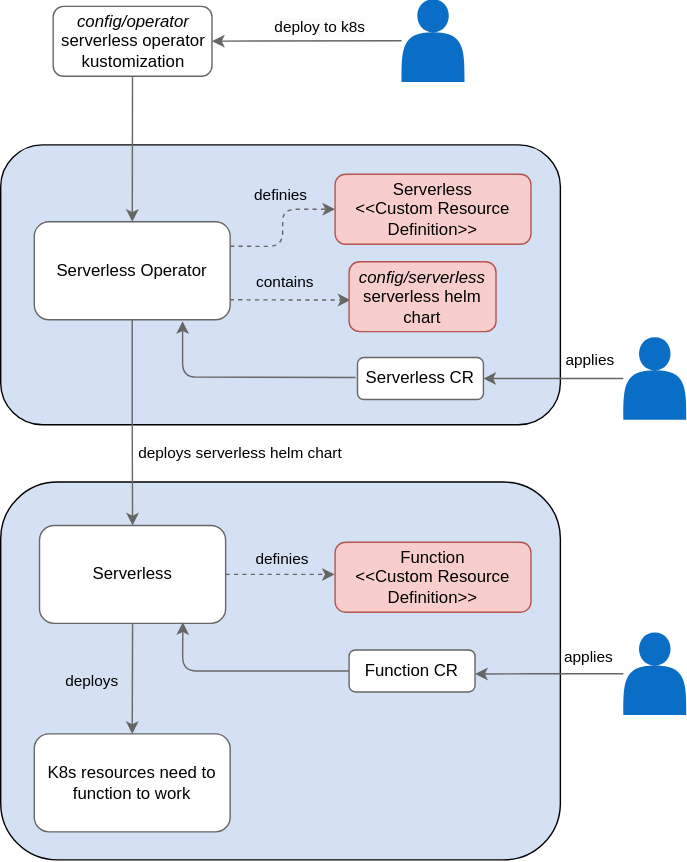
The draw.io diagram architecture.svg in kyma-project/serverless, before a commit. Source tidied: cells renumbered, new cells last; positions are measured from the earlier drawing's top-left corner, leaving out a move shared by most shapes. Source of this version:
```xml
<mxGraphModel>
  <root>
    <mxCell id="0" />
    <mxCell id="1" parent="0" />
    <mxCell id="2" style="rounded=1;whiteSpace=wrap;html=1;fillColor=#D4E1F5;" parent="1" vertex="1">
      <mxGeometry y="104" width="400" height="200" as="geometry" />
    </mxCell>
    <mxCell id="3" style="rounded=1;whiteSpace=wrap;html=1;fillColor=#D4E1F5;" parent="1" vertex="1">
      <mxGeometry y="345" width="400" height="270" as="geometry" />
    </mxCell>
    <mxCell id="4" style="endArrow=classic;html=1;entryPerimeter=0;strokeColor=#666666;strokeWidth=1;" parent="1" edge="1" source="5" target="12">
      <mxGeometry relative="1" as="geometry" />
    </mxCell>
    <mxCell id="5" value="&lt;i&gt;config/operator&lt;/i&gt;&lt;div&gt;serverless operator kustomization&lt;/div&gt;" style="rounded=1;whiteSpace=wrap;html=1;strokeColor=#666666;" parent="1" vertex="1">
      <mxGeometry x="37.5" y="5" width="113.5" height="50" as="geometry" />
    </mxCell>
    <mxCell id="6" style="edgeStyle=orthogonalEdgeStyle;rounded=0;jettySize=auto;html=1;exitX=0.5;exitY=1;exitDx=0;exitDy=0;entryX=0.5;entryY=0;entryDx=0;entryDy=0;endArrow=classic;html=1;entryPerimeter=0;strokeColor=#666666;strokeWidth=1;" parent="1" edge="1" source="12" target="18">
      <mxGeometry relative="1" as="geometry" />
    </mxCell>
    <mxCell id="7" value="deploys serverless helm chart" style="edgeLabel;html=1;align=center;verticalAlign=middle;" parent="6" vertex="1">
      <mxGeometry x="0.18" y="2" relative="1" as="geometry">
        <mxPoint x="74" y="8" as="offset" />
      </mxGeometry>
    </mxCell>
    <mxCell id="8" style="endArrow=classic;html=1;strokeWidth=1;fontFamily=Helvetica;fontSize=15;fontColor=#000000;exitX=0.998;exitY=0.796;exitDx=0;exitDy=0;dashed=1;exitPerimeter=0;entryX=0.009;entryY=0.549;entryDx=0;entryDy=0;entryPerimeter=0;strokeColor=#666666;" parent="1" edge="1" source="12" target="19">
      <mxGeometry relative="1" as="geometry" />
    </mxCell>
    <mxCell id="9" value="contains" style="edgeLabel;html=1;align=center;verticalAlign=middle;labelBackgroundColor=none;" parent="8" vertex="1">
      <mxGeometry x="0.03" y="-1" relative="1" as="geometry">
        <mxPoint x="-6" y="-14" as="offset" />
      </mxGeometry>
    </mxCell>
    <mxCell id="10" style="edgeStyle=orthogonalEdgeStyle;rounded=1;jettySize=auto;html=1;exitX=1;exitY=0.25;exitDx=0;exitDy=0;entryX=0;entryY=0.5;entryDx=0;entryDy=0;curved=0;dashed=1;strokeColor=#666666;" parent="1" edge="1" source="12" target="13">
      <mxGeometry relative="1" as="geometry" />
    </mxCell>
    <mxCell id="11" value="definies" style="edgeLabel;html=1;align=center;verticalAlign=middle;labelBackgroundColor=none;" parent="10" vertex="1">
      <mxGeometry x="0.31" y="-1" relative="1" as="geometry">
        <mxPoint x="-4" y="-11" as="offset" />
      </mxGeometry>
    </mxCell>
    <mxCell id="12" value="Serverless Operator" style="rounded=1;whiteSpace=wrap;html=1;strokeColor=#666666;" parent="1" vertex="1">
      <mxGeometry x="24" y="159" width="140" height="70" as="geometry" />
    </mxCell>
    <mxCell id="13" value="Serverless&lt;br&gt;&amp;lt;&amp;lt;Custom Resource Definition&amp;gt;&amp;gt;" style="rounded=1;whiteSpace=wrap;html=1;fillColor=#f8cecc;strokeColor=#b85450;" parent="1" vertex="1">
      <mxGeometry x="239" y="125" width="140" height="50" as="geometry" />
    </mxCell>
    <mxCell id="14" style="endArrow=classic;html=1;strokeWidth=1;fontFamily=Helvetica;fontSize=15;fontColor=#000000;exitX=1;exitY=0.5;exitDx=0;exitDy=0;dashed=1;entryX=-0.002;entryY=0.46;entryDx=0;entryDy=0;entryPerimeter=0;strokeColor=#666666;labelBackgroundColor=none;" parent="1" edge="1" source="18" target="20">
      <mxGeometry x="0.01" y="11" relative="1" as="geometry" />
    </mxCell>
    <mxCell id="15" value="definies" style="edgeLabel;html=1;align=center;verticalAlign=middle;labelBackgroundColor=none;" parent="14" vertex="1">
      <mxGeometry x="-0.06" y="1" relative="1" as="geometry">
        <mxPoint x="3" y="-10" as="offset" />
      </mxGeometry>
    </mxCell>
    <mxCell id="16" style="endArrow=classic;html=1;exitX=0.5;exitY=1;exitDx=0;exitDy=0;entryX=0.5;entryY=0;entryDx=0;entryDy=0;strokeColor=#666666;strokeWidth=1;" parent="1" edge="1" source="18" target="21">
      <mxGeometry relative="1" as="geometry" />
    </mxCell>
    <mxCell id="17" value="deploys" style="edgeLabel;html=1;align=center;verticalAlign=middle;labelBackgroundColor=none;" parent="16" vertex="1">
      <mxGeometry x="0.02" y="1" relative="1" as="geometry">
        <mxPoint x="-30" as="offset" />
      </mxGeometry>
    </mxCell>
    <mxCell id="18" value="&lt;div&gt;Serverless&lt;/div&gt;" style="rounded=1;whiteSpace=wrap;html=1;strokeColor=#666666;" parent="1" vertex="1">
      <mxGeometry x="27.8" y="376" width="133" height="70" as="geometry" />
    </mxCell>
    <mxCell id="19" value="&lt;i&gt;config/serverless&lt;/i&gt;&lt;div&gt;serverless helm chart&lt;/div&gt;" style="rounded=1;whiteSpace=wrap;html=1;fillColor=#f8cecc;strokeColor=#b85450;" parent="1" vertex="1">
      <mxGeometry x="249" y="187.5" width="105" height="50" as="geometry" />
    </mxCell>
    <mxCell id="20" value="Function&lt;br&gt;&amp;lt;&amp;lt;Custom Resource Definition&amp;gt;&amp;gt;" style="rounded=1;whiteSpace=wrap;html=1;fillColor=#f8cecc;strokeColor=#b85450;" parent="1" vertex="1">
      <mxGeometry x="239" y="388" width="140" height="50" as="geometry" />
    </mxCell>
    <mxCell id="21" value="&lt;div&gt;K8s resources need to function to work&lt;/div&gt;" style="rounded=1;whiteSpace=wrap;html=1;strokeColor=#666666;" parent="1" vertex="1">
      <mxGeometry x="24" y="525" width="140" height="70" as="geometry" />
    </mxCell>
    <mxCell id="22" style="endArrow=classic;html=1;strokeColor=#666666;strokeWidth=1;exitX=-0.015;exitY=0.475;exitDx=0;exitDy=0;exitPerimeter=0;" parent="1" edge="1" source="23">
      <mxGeometry relative="1" as="geometry">
        <mxPoint x="130" y="230" as="targetPoint" />
        <Array as="points">
          <mxPoint x="130" y="270" />
        </Array>
      </mxGeometry>
    </mxCell>
    <mxCell id="23" value="Serverless CR" style="rounded=1;whiteSpace=wrap;html=1;strokeColor=#666666;" parent="1" vertex="1">
      <mxGeometry x="255" y="256" width="90" height="30" as="geometry" />
    </mxCell>
    <mxCell id="24" style="endArrow=classic;html=1;exitX=0;exitY=0.5;exitDx=0;exitDy=0;entryX=0.77;entryY=0.988;entryDx=0;entryDy=0;strokeColor=#666666;strokeWidth=1;entryPerimeter=0;" parent="1" edge="1" source="25" target="18">
      <mxGeometry relative="1" as="geometry">
        <Array as="points">
          <mxPoint x="130" y="480" />
        </Array>
      </mxGeometry>
    </mxCell>
    <mxCell id="25" value="Function CR" style="rounded=1;whiteSpace=wrap;html=1;strokeColor=#666666;" parent="1" vertex="1">
      <mxGeometry x="249" y="465" width="90" height="30" as="geometry" />
    </mxCell>
    <mxCell id="26" style="edgeStyle=orthogonalEdgeStyle;rounded=1;jettySize=auto;html=1;entryX=1;entryY=0.5;entryDx=0;entryDy=0;strokeColor=#666666;curved=0;" parent="1" edge="1" source="28" target="23">
      <mxGeometry relative="1" as="geometry" />
    </mxCell>
    <mxCell id="27" value="applies" style="edgeLabel;html=1;align=center;verticalAlign=middle;labelBackgroundColor=none;" parent="26" vertex="1">
      <mxGeometry x="-0.07" y="1" relative="1" as="geometry">
        <mxPoint x="22" y="-14" as="offset" />
      </mxGeometry>
    </mxCell>
    <mxCell id="28" style="shape=actor;whiteSpace=wrap;html=1;strokeColor=none;strokeWidth=1;gradientColor=none;fontFamily=Helvetica;fontSize=12;fillColor=#0A6EC7;" parent="1" vertex="1">
      <mxGeometry x="445" y="241.5" width="45" height="59" as="geometry" />
    </mxCell>
    <mxCell id="29" style="shape=actor;whiteSpace=wrap;html=1;strokeColor=none;strokeWidth=1;gradientColor=none;fontFamily=Helvetica;fontSize=12;fillColor=#0A6EC7;" parent="1" vertex="1">
      <mxGeometry x="445" y="452.5" width="45" height="59" as="geometry" />
    </mxCell>
    <mxCell id="30" style="edgeStyle=orthogonalEdgeStyle;rounded=1;jettySize=auto;html=1;entryX=1.001;entryY=0.572;entryDx=0;entryDy=0;entryPerimeter=0;fontColor=#666666;labelBackgroundColor=default;strokeColor=#666666;curved=0;" parent="1" edge="1" source="29" target="25">
      <mxGeometry relative="1" as="geometry" />
    </mxCell>
    <mxCell id="31" value="applies" style="edgeLabel;html=1;align=center;verticalAlign=middle;labelBackgroundColor=none;" parent="30" vertex="1">
      <mxGeometry x="-0.19" y="-1" relative="1" as="geometry">
        <mxPoint x="18" y="-11" as="offset" />
      </mxGeometry>
    </mxCell>
    <mxCell id="32" style="endArrow=classic;html=1;entryPerimeter=0;strokeColor=#666666;strokeWidth=1;" parent="1" edge="1" source="34" target="5">
      <mxGeometry relative="1" as="geometry" />
    </mxCell>
    <mxCell id="33" value="&lt;span style=&quot;background-color: rgb(251, 251, 251);&quot;&gt;deploy to k8s&lt;/span&gt;" style="edgeLabel;html=1;align=center;verticalAlign=middle;" parent="32" vertex="1">
      <mxGeometry x="-0.13" relative="1" as="geometry">
        <mxPoint y="-10" as="offset" />
      </mxGeometry>
    </mxCell>
    <mxCell id="34" style="shape=actor;whiteSpace=wrap;html=1;strokeColor=none;strokeWidth=1;gradientColor=none;fontFamily=Helvetica;fontSize=12;fillColor=#0A6EC7;" parent="1" vertex="1">
      <mxGeometry x="286.5" width="45" height="59" as="geometry" />
    </mxCell>
  </root>
</mxGraphModel>
```
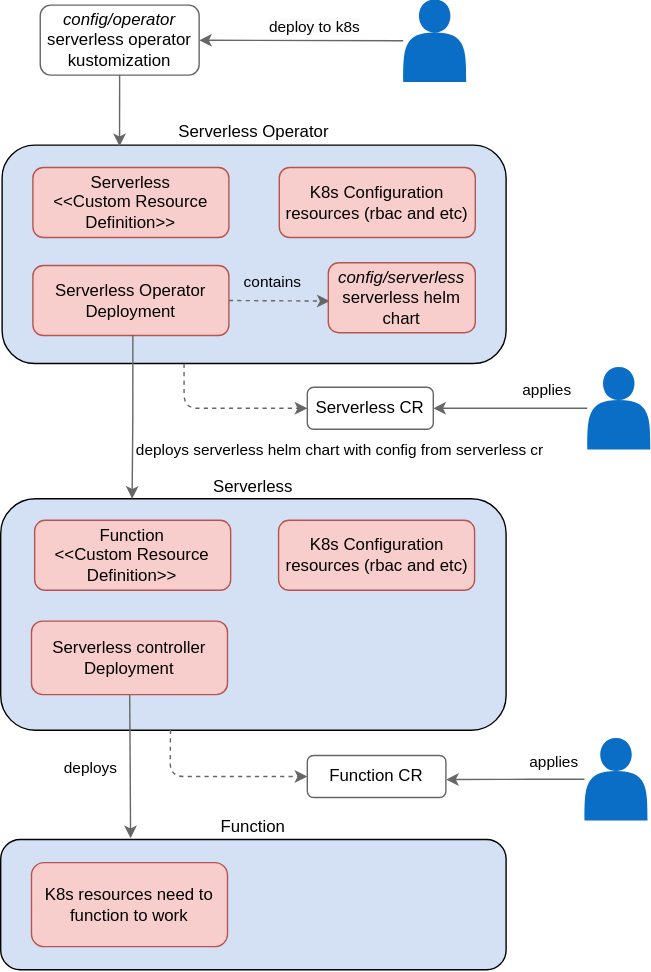
After the commit.

What changed in the source:
```diff
@@ -2,27 +2,19 @@
   <root>
     <mxCell id="0" />
     <mxCell id="1" parent="0" />
-    <mxCell id="2" style="rounded=1;whiteSpace=wrap;html=1;fillColor=#D4E1F5;" parent="1" vertex="1">
-      <mxGeometry y="104" width="400" height="200" as="geometry" />
+    <mxCell id="2" value="Serverless Operator" style="rounded=1;whiteSpace=wrap;html=1;fillColor=#D4E1F5;labelPosition=center;verticalLabelPosition=top;align=center;verticalAlign=bottom;" parent="1" vertex="1">
+      <mxGeometry y="104" width="360" height="156" as="geometry" />
     </mxCell>
-    <mxCell id="3" style="rounded=1;whiteSpace=wrap;html=1;fillColor=#D4E1F5;" parent="1" vertex="1">
-      <mxGeometry y="345" width="400" height="270" as="geometry" />
+    <mxCell id="3" value="Serverless" style="rounded=1;whiteSpace=wrap;html=1;fillColor=#D4E1F5;labelPosition=center;verticalLabelPosition=top;align=center;verticalAlign=bottom;" parent="1" vertex="1">
+      <mxGeometry x="-1" y="356.6" width="361" height="165.4" as="geometry" />
     </mxCell>
-    <mxCell id="4" style="endArrow=classic;html=1;entryPerimeter=0;strokeColor=#666666;strokeWidth=1;" parent="1" edge="1" source="5" target="12">
+    <mxCell id="4" style="endArrow=classic;html=1;entryPerimeter=0;strokeColor=#666666;strokeWidth=1;entryX=0.233;entryY=0.005;entryDx=0;entryDy=0;" parent="1" edge="1" source="5" target="2">
       <mxGeometry relative="1" as="geometry" />
     </mxCell>
     <mxCell id="5" value="&lt;i&gt;config/operator&lt;/i&gt;&lt;div&gt;serverless operator kustomization&lt;/div&gt;" style="rounded=1;whiteSpace=wrap;html=1;strokeColor=#666666;" parent="1" vertex="1">
-      <mxGeometry x="37.5" y="5" width="113.5" height="50" as="geometry" />
+      <mxGeometry x="27.2" y="4" width="113.5" height="50" as="geometry" />
     </mxCell>
-    <mxCell id="6" style="edgeStyle=orthogonalEdgeStyle;rounded=0;jettySize=auto;html=1;exitX=0.5;exitY=1;exitDx=0;exitDy=0;entryX=0.5;entryY=0;entryDx=0;entryDy=0;endArrow=classic;html=1;entryPerimeter=0;strokeColor=#666666;strokeWidth=1;" parent="1" edge="1" source="12" target="18">
-      <mxGeometry relative="1" as="geometry" />
-    </mxCell>
-    <mxCell id="7" value="deploys serverless helm chart" style="edgeLabel;html=1;align=center;verticalAlign=middle;" parent="6" vertex="1">
-      <mxGeometry x="0.18" y="2" relative="1" as="geometry">
-        <mxPoint x="74" y="8" as="offset" />
-      </mxGeometry>
-    </mxCell>
-    <mxCell id="8" style="endArrow=classic;html=1;strokeWidth=1;fontFamily=Helvetica;fontSize=15;fontColor=#000000;exitX=0.998;exitY=0.796;exitDx=0;exitDy=0;dashed=1;exitPerimeter=0;entryX=0.009;entryY=0.549;entryDx=0;entryDy=0;entryPerimeter=0;strokeColor=#666666;" parent="1" edge="1" source="12" target="19">
+    <mxCell id="8" style="endArrow=classic;html=1;strokeWidth=1;fontFamily=Helvetica;fontSize=15;fontColor=#000000;exitX=1;exitY=0.5;exitDx=0;exitDy=0;dashed=1;entryX=0.009;entryY=0.549;entryDx=0;entryDy=0;entryPerimeter=0;strokeColor=#666666;" parent="1" edge="1" source="12" target="19">
       <mxGeometry relative="1" as="geometry" />
     </mxCell>
     <mxCell id="9" value="contains" style="edgeLabel;html=1;align=center;verticalAlign=middle;labelBackgroundColor=none;" parent="8" vertex="1">
@@ -30,29 +22,13 @@
         <mxPoint x="-6" y="-14" as="offset" />
       </mxGeometry>
     </mxCell>
-    <mxCell id="10" style="edgeStyle=orthogonalEdgeStyle;rounded=1;jettySize=auto;html=1;exitX=1;exitY=0.25;exitDx=0;exitDy=0;entryX=0;entryY=0.5;entryDx=0;entryDy=0;curved=0;dashed=1;strokeColor=#666666;" parent="1" edge="1" source="12" target="13">
-      <mxGeometry relative="1" as="geometry" />
-    </mxCell>
-    <mxCell id="11" value="definies" style="edgeLabel;html=1;align=center;verticalAlign=middle;labelBackgroundColor=none;" parent="10" vertex="1">
-      <mxGeometry x="0.31" y="-1" relative="1" as="geometry">
-        <mxPoint x="-4" y="-11" as="offset" />
-      </mxGeometry>
-    </mxCell>
-    <mxCell id="12" value="Serverless Operator" style="rounded=1;whiteSpace=wrap;html=1;strokeColor=#666666;" parent="1" vertex="1">
-      <mxGeometry x="24" y="159" width="140" height="70" as="geometry" />
+    <mxCell id="12" value="Serverless Operator Deployment" style="rounded=1;whiteSpace=wrap;html=1;strokeColor=#b85450;fillColor=#f8cecc;" parent="1" vertex="1">
+      <mxGeometry x="22" y="190" width="140" height="50" as="geometry" />
     </mxCell>
     <mxCell id="13" value="Serverless&lt;br&gt;&amp;lt;&amp;lt;Custom Resource Definition&amp;gt;&amp;gt;" style="rounded=1;whiteSpace=wrap;html=1;fillColor=#f8cecc;strokeColor=#b85450;" parent="1" vertex="1">
-      <mxGeometry x="239" y="125" width="140" height="50" as="geometry" />
+      <mxGeometry x="22" y="120" width="140" height="50" as="geometry" />
     </mxCell>
-    <mxCell id="14" style="endArrow=classic;html=1;strokeWidth=1;fontFamily=Helvetica;fontSize=15;fontColor=#000000;exitX=1;exitY=0.5;exitDx=0;exitDy=0;dashed=1;entryX=-0.002;entryY=0.46;entryDx=0;entryDy=0;entryPerimeter=0;strokeColor=#666666;labelBackgroundColor=none;" parent="1" edge="1" source="18" target="20">
-      <mxGeometry x="0.01" y="11" relative="1" as="geometry" />
-    </mxCell>
-    <mxCell id="15" value="definies" style="edgeLabel;html=1;align=center;verticalAlign=middle;labelBackgroundColor=none;" parent="14" vertex="1">
-      <mxGeometry x="-0.06" y="1" relative="1" as="geometry">
-        <mxPoint x="3" y="-10" as="offset" />
-      </mxGeometry>
-    </mxCell>
-    <mxCell id="16" style="endArrow=classic;html=1;exitX=0.5;exitY=1;exitDx=0;exitDy=0;entryX=0.5;entryY=0;entryDx=0;entryDy=0;strokeColor=#666666;strokeWidth=1;" parent="1" edge="1" source="18" target="21">
+    <mxCell id="16" style="endArrow=classic;html=1;strokeColor=#666666;strokeWidth=1;entryX=0.257;entryY=-0.01;entryDx=0;entryDy=0;entryPerimeter=0;" parent="1" edge="1" source="18" target="40">
       <mxGeometry relative="1" as="geometry" />
     </mxCell>
     <mxCell id="17" value="deploys" style="edgeLabel;html=1;align=center;verticalAlign=middle;labelBackgroundColor=none;" parent="16" vertex="1">
@@ -60,38 +36,30 @@
         <mxPoint x="-30" as="offset" />
       </mxGeometry>
     </mxCell>
-    <mxCell id="18" value="&lt;div&gt;Serverless&lt;/div&gt;" style="rounded=1;whiteSpace=wrap;html=1;strokeColor=#666666;" parent="1" vertex="1">
-      <mxGeometry x="27.8" y="376" width="133" height="70" as="geometry" />
+    <mxCell id="18" value="&lt;div&gt;Serverless controller Deployment&lt;/div&gt;" style="rounded=1;whiteSpace=wrap;html=1;strokeColor=#b85450;fillColor=#f8cecc;" parent="1" vertex="1">
+      <mxGeometry x="21" y="444" width="140" height="52.5" as="geometry" />
     </mxCell>
     <mxCell id="19" value="&lt;i&gt;config/serverless&lt;/i&gt;&lt;div&gt;serverless helm chart&lt;/div&gt;" style="rounded=1;whiteSpace=wrap;html=1;fillColor=#f8cecc;strokeColor=#b85450;" parent="1" vertex="1">
-      <mxGeometry x="249" y="187.5" width="105" height="50" as="geometry" />
+      <mxGeometry x="233" y="188" width="105" height="50" as="geometry" />
     </mxCell>
     <mxCell id="20" value="Function&lt;br&gt;&amp;lt;&amp;lt;Custom Resource Definition&amp;gt;&amp;gt;" style="rounded=1;whiteSpace=wrap;html=1;fillColor=#f8cecc;strokeColor=#b85450;" parent="1" vertex="1">
-      <mxGeometry x="239" y="388" width="140" height="50" as="geometry" />
+      <mxGeometry x="23.2" y="372" width="140" height="50" as="geometry" />
     </mxCell>
-    <mxCell id="21" value="&lt;div&gt;K8s resources need to function to work&lt;/div&gt;" style="rounded=1;whiteSpace=wrap;html=1;strokeColor=#666666;" parent="1" vertex="1">
-      <mxGeometry x="24" y="525" width="140" height="70" as="geometry" />
-    </mxCell>
-    <mxCell id="22" style="endArrow=classic;html=1;strokeColor=#666666;strokeWidth=1;exitX=-0.015;exitY=0.475;exitDx=0;exitDy=0;exitPerimeter=0;" parent="1" edge="1" source="23">
-      <mxGeometry relative="1" as="geometry">
-        <mxPoint x="130" y="230" as="targetPoint" />
-        <Array as="points">
-          <mxPoint x="130" y="270" />
-        </Array>
-      </mxGeometry>
-    </mxCell>
+    <mxCell id="35" style="edgeStyle=orthogonalEdgeStyle;rounded=1;jettySize=auto;html=1;entryX=0;entryY=0.5;entryDx=0;entryDy=0;strokeColor=#666666;curved=0;exitX=0.361;exitY=1.001;exitDx=0;exitDy=0;exitPerimeter=0;dashed=1;" parent="1" edge="1" source="2" target="23">
+      <mxGeometry relative="1" as="geometry" />
+    </mxCell>
     <mxCell id="23" value="Serverless CR" style="rounded=1;whiteSpace=wrap;html=1;strokeColor=#666666;" parent="1" vertex="1">
-      <mxGeometry x="255" y="256" width="90" height="30" as="geometry" />
+      <mxGeometry x="218" y="277" width="90" height="30" as="geometry" />
     </mxCell>
-    <mxCell id="24" style="endArrow=classic;html=1;exitX=0;exitY=0.5;exitDx=0;exitDy=0;entryX=0.77;entryY=0.988;entryDx=0;entryDy=0;strokeColor=#666666;strokeWidth=1;entryPerimeter=0;" parent="1" edge="1" source="25" target="18">
+    <mxCell id="24" style="endArrow=classic;html=1;exitX=0.336;exitY=0.998;exitDx=0;exitDy=0;entryX=0;entryY=0.5;entryDx=0;entryDy=0;strokeColor=#666666;strokeWidth=1;rounded=1;curved=0;exitPerimeter=0;dashed=1;" parent="1" edge="1" source="3" target="25">
       <mxGeometry relative="1" as="geometry">
         <Array as="points">
-          <mxPoint x="130" y="480" />
+          <mxPoint x="120" y="555" />
         </Array>
       </mxGeometry>
     </mxCell>
     <mxCell id="25" value="Function CR" style="rounded=1;whiteSpace=wrap;html=1;strokeColor=#666666;" parent="1" vertex="1">
-      <mxGeometry x="249" y="465" width="90" height="30" as="geometry" />
+      <mxGeometry x="218" y="540" width="99" height="30" as="geometry" />
     </mxCell>
     <mxCell id="26" style="edgeStyle=orthogonalEdgeStyle;rounded=1;jettySize=auto;html=1;entryX=1;entryY=0.5;entryDx=0;entryDy=0;strokeColor=#666666;curved=0;" parent="1" edge="1" source="28" target="23">
       <mxGeometry relative="1" as="geometry" />
@@ -102,15 +70,15 @@
       </mxGeometry>
     </mxCell>
     <mxCell id="28" style="shape=actor;whiteSpace=wrap;html=1;strokeColor=none;strokeWidth=1;gradientColor=none;fontFamily=Helvetica;fontSize=12;fillColor=#0A6EC7;" parent="1" vertex="1">
-      <mxGeometry x="445" y="241.5" width="45" height="59" as="geometry" />
+      <mxGeometry x="418" y="262.5" width="45" height="59" as="geometry" />
     </mxCell>
     <mxCell id="29" style="shape=actor;whiteSpace=wrap;html=1;strokeColor=none;strokeWidth=1;gradientColor=none;fontFamily=Helvetica;fontSize=12;fillColor=#0A6EC7;" parent="1" vertex="1">
-      <mxGeometry x="445" y="452.5" width="45" height="59" as="geometry" />
+      <mxGeometry x="416" y="527.5" width="45" height="59" as="geometry" />
     </mxCell>
     <mxCell id="30" style="edgeStyle=orthogonalEdgeStyle;rounded=1;jettySize=auto;html=1;entryX=1.001;entryY=0.572;entryDx=0;entryDy=0;entryPerimeter=0;fontColor=#666666;labelBackgroundColor=default;strokeColor=#666666;curved=0;" parent="1" edge="1" source="29" target="25">
       <mxGeometry relative="1" as="geometry" />
     </mxCell>
-    <mxCell id="31" value="applies" style="edgeLabel;html=1;align=center;verticalAlign=middle;labelBackgroundColor=none;" parent="30" vertex="1">
+    <mxCell id="31" value="applies" style="edgeLabel;html=1;align=center;verticalAlign=middle;labelBackgroundColor=none;labelPosition=center;verticalLabelPosition=middle;" parent="30" vertex="1">
       <mxGeometry x="-0.19" y="-1" relative="1" as="geometry">
         <mxPoint x="18" y="-11" as="offset" />
       </mxGeometry>
@@ -126,5 +94,25 @@
     <mxCell id="34" style="shape=actor;whiteSpace=wrap;html=1;strokeColor=none;strokeWidth=1;gradientColor=none;fontFamily=Helvetica;fontSize=12;fillColor=#0A6EC7;" parent="1" vertex="1">
       <mxGeometry x="286.5" width="45" height="59" as="geometry" />
     </mxCell>
+    <mxCell id="36" value="K8s Configuration resources (rbac and etc)" style="rounded=1;whiteSpace=wrap;html=1;fillColor=#f8cecc;strokeColor=#b85450;" parent="1" vertex="1">
+      <mxGeometry x="198" y="120" width="140" height="50" as="geometry" />
+    </mxCell>
+    <mxCell id="37" style="edgeStyle=orthogonalEdgeStyle;rounded=0;jettySize=auto;html=1;entryX=0.26;entryY=0;entryDx=0;entryDy=0;entryPerimeter=0;strokeColor=#666666;labelPosition=right;verticalLabelPosition=middle;align=left;verticalAlign=middle;textDirection=ltr;exitX=0.51;exitY=0.992;exitDx=0;exitDy=0;exitPerimeter=0;" parent="1" edge="1" source="12" target="3">
+      <mxGeometry relative="1" as="geometry" />
+    </mxCell>
+    <mxCell id="38" value="deploys serverless helm chart with config from serverless cr" style="edgeLabel;html=1;align=center;verticalAlign=middle;" parent="37" vertex="1">
+      <mxGeometry x="-0.06" y="-1" relative="1" as="geometry">
+        <mxPoint x="148" y="27" as="offset" />
+      </mxGeometry>
+    </mxCell>
+    <mxCell id="39" value="K8s Configuration resources (rbac and etc)" style="rounded=1;whiteSpace=wrap;html=1;fillColor=#f8cecc;strokeColor=#b85450;" parent="1" vertex="1">
+      <mxGeometry x="197.5" y="372" width="140" height="50" as="geometry" />
+    </mxCell>
+    <mxCell id="40" value="Function" style="rounded=1;whiteSpace=wrap;html=1;fillColor=#D4E1F5;labelPosition=center;verticalLabelPosition=top;align=center;verticalAlign=bottom;" parent="1" vertex="1">
+      <mxGeometry x="-1" y="600" width="361" height="93" as="geometry" />
+    </mxCell>
+    <mxCell id="21" value="&lt;div&gt;K8s resources need to function to work&lt;/div&gt;" style="rounded=1;whiteSpace=wrap;html=1;strokeColor=#b85450;fillColor=#f8cecc;" parent="1" vertex="1">
+      <mxGeometry x="21" y="616.5" width="140" height="60" as="geometry" />
+    </mxCell>
   </root>
 </mxGraphModel>
```
